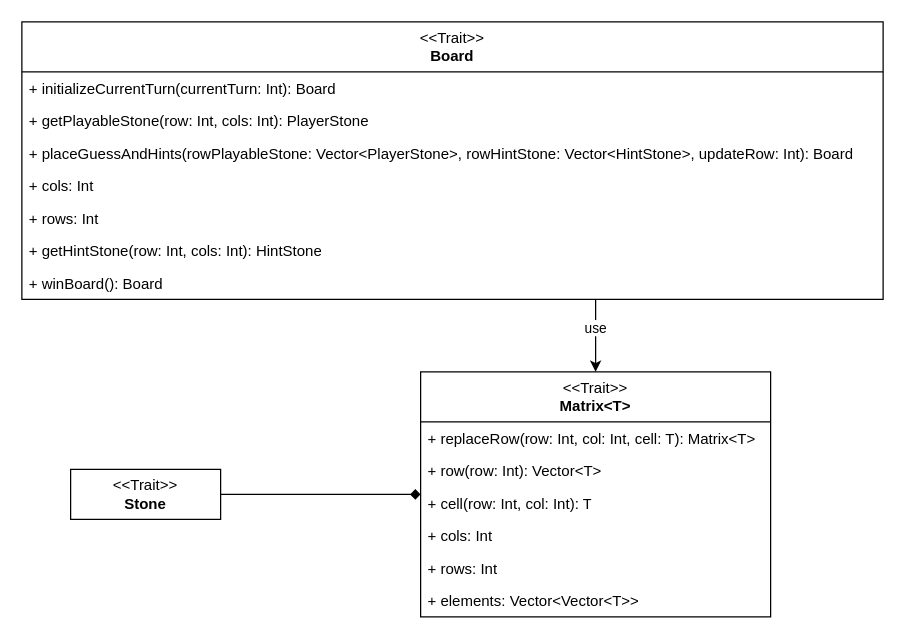
This is page "Pagina-12" (12 of 15) of mastermind.drawio from Totti00/PPS-22-mastermind, a draw.io file, before an edit. Source tidied: cells renumbered, new cells numbered last; positions are measured from the earlier drawing's top-left corner, leaving out a move shared by most shapes. Both pictures are drawn from the tidied source at 125%, with x=0, y=0 at pixel (21, 21).
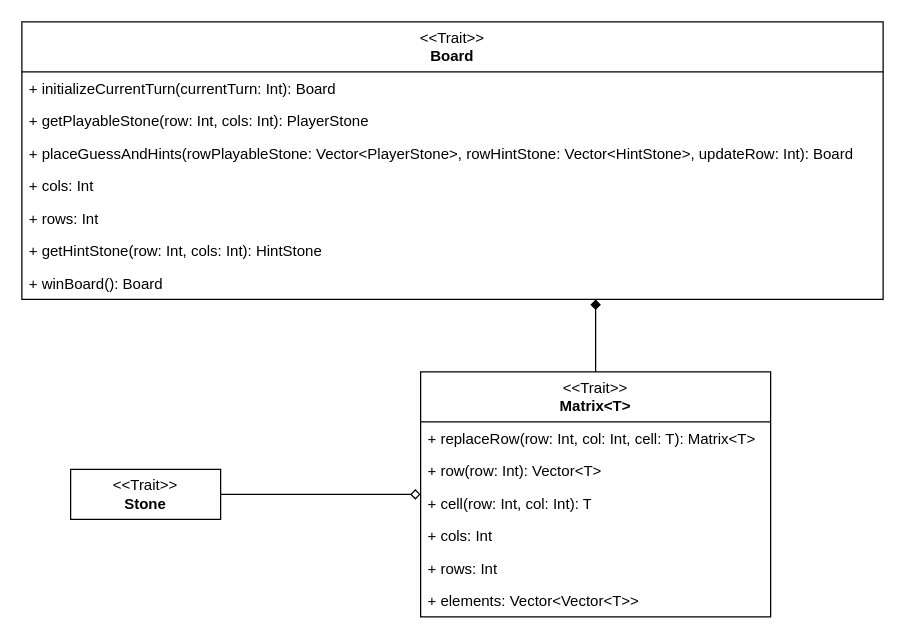
After the change.

Unchanged cells that the change refers to:
```xml
<mxCell id="4" value="&amp;lt;&amp;lt;Trait&amp;gt;&amp;gt;&lt;div&gt;&lt;b&gt;Board&lt;/b&gt;&lt;/div&gt;" style="swimlane;fontStyle=0;horizontal=1;startSize=40;fillColor=none;whiteSpace=wrap;html=1;" parent="1" vertex="1">
  <mxGeometry width="689" height="222" as="geometry" />
</mxCell>
<mxCell id="13" value="&amp;lt;&amp;lt;Trait&amp;gt;&amp;gt;&lt;div&gt;&lt;b&gt;Stone&lt;/b&gt;&lt;/div&gt;" style="rounded=0;whiteSpace=wrap;html=1;" parent="1" vertex="1">
  <mxGeometry x="39" y="358" width="120" height="40" as="geometry" />
</mxCell>
<mxCell id="14" value="&amp;lt;&amp;lt;Trait&amp;gt;&amp;gt;&lt;div&gt;&lt;b&gt;Matrix&amp;lt;T&amp;gt;&lt;/b&gt;&lt;/div&gt;" style="swimlane;fontStyle=0;horizontal=1;startSize=40;fillColor=none;whiteSpace=wrap;html=1;" parent="1" vertex="1">
  <mxGeometry x="319" y="280" width="280" height="196" as="geometry" />
</mxCell>
```

What changed in the source:
```diff
@@
-    <mxCell id="2" style="edgeStyle=orthogonalEdgeStyle;rounded=0;jettySize=auto;html=1;" parent="1" edge="1" source="4" target="14">
-      <mxGeometry relative="1" as="geometry">
-        <Array as="points">
-          <mxPoint x="459" y="230" />
-          <mxPoint x="459" y="230" />
-        </Array>
-      </mxGeometry>
-    </mxCell>
-    <mxCell id="3" value="use" style="edgeLabel;html=1;align=center;verticalAlign=middle;" parent="2" vertex="1">
-      <mxGeometry x="-0.17" y="3" relative="1" as="geometry">
-        <mxPoint x="-4" y="-2" as="offset" />
-      </mxGeometry>
-    </mxCell>
@@
-    <mxCell id="12" style="edgeStyle=orthogonalEdgeStyle;rounded=0;jettySize=auto;html=1;entryX=0;entryY=0.5;entryDx=0;entryDy=0;endArrow=diamond;endFill=1;" parent="1" edge="1" source="13" target="14">
+    <mxCell id="12" style="edgeStyle=orthogonalEdgeStyle;rounded=0;jettySize=auto;html=1;entryX=0;entryY=0.5;entryDx=0;entryDy=0;endArrow=diamond;endFill=0;" parent="1" edge="1" source="13" target="14">
       <mxGeometry relative="1" as="geometry" />
     </mxCell>
@@
+    <mxCell id="21" style="edgeStyle=orthogonalEdgeStyle;rounded=0;jettySize=auto;html=1;endArrow=diamond;endFill=1;" parent="1" edge="1" source="14" target="4">
+      <mxGeometry relative="1" as="geometry">
+        <Array as="points">
+          <mxPoint x="459" y="240" />
+          <mxPoint x="459" y="240" />
+        </Array>
+      </mxGeometry>
+    </mxCell>
```
